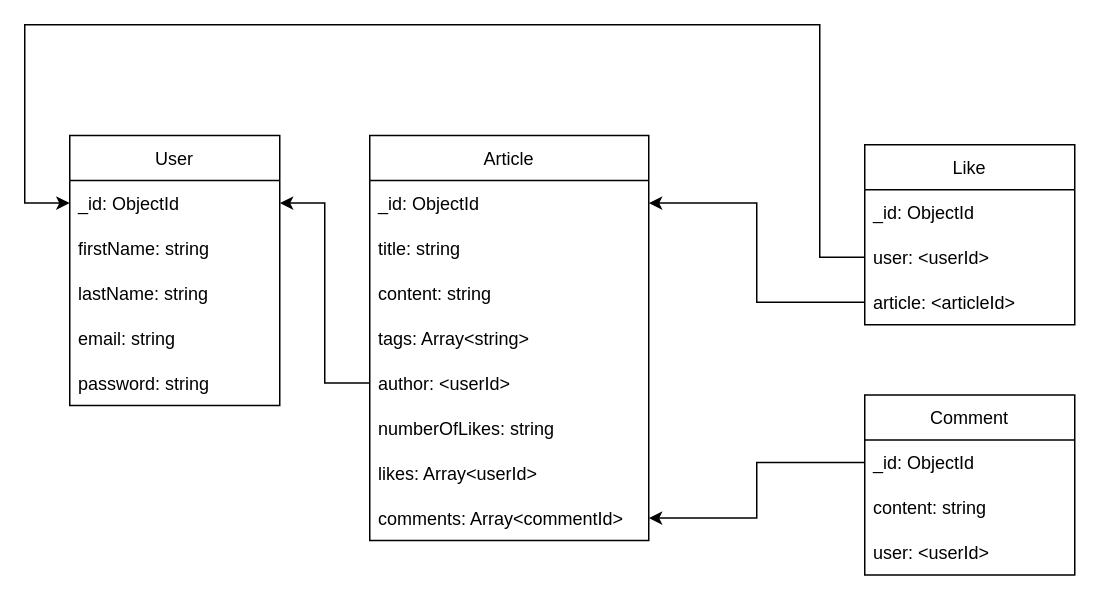
Earlier version of the draw.io diagram db/Schema.drawio (HardworkingGaStudent/NewsSurf). Source tidied: cells renumbered, new cells numbered last; positions are measured from the earlier drawing's top-left corner, leaving out a move shared by most shapes. Both pictures are drawn from the tidied source at 150%, with x=0, y=0 at pixel (24, 24).
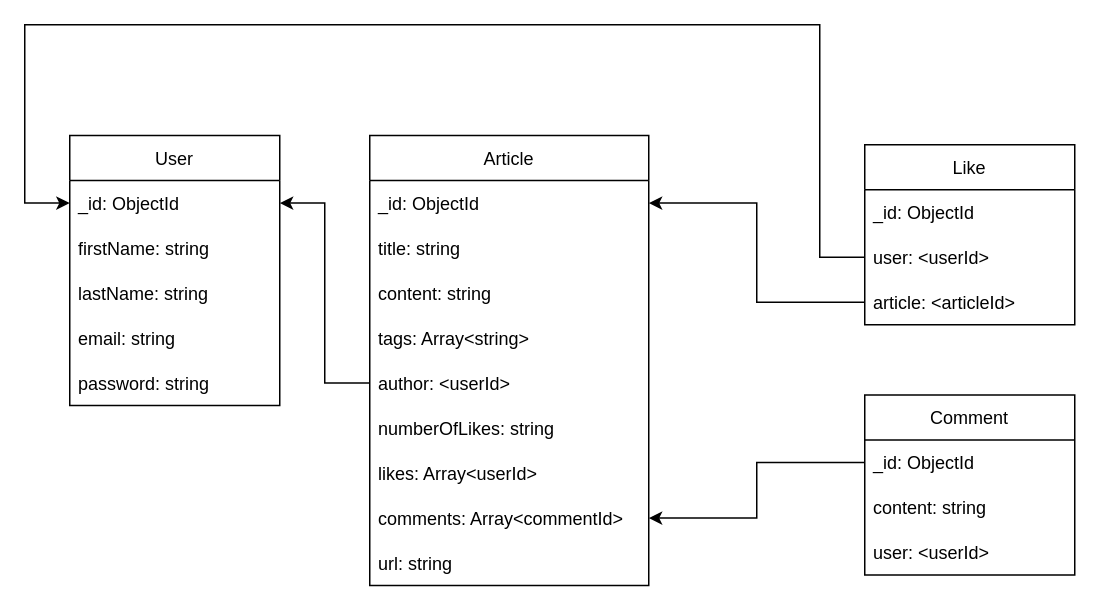
After the change.

The edit, as a diff of the source:
```diff
@@
     <mxCell id="2" value="Article" style="swimlane;fontStyle=0;horizontal=1;startSize=30;" parent="1" vertex="1">
-      <mxGeometry x="230" y="73.9" width="186" height="270" as="geometry" />
+      <mxGeometry x="230" y="73.9" width="186" height="300" as="geometry" />
     </mxCell>
@@
+    <mxCell id="29" value="url: string" style="text;strokeColor=none;fillColor=none;align=left;verticalAlign=middle;spacingLeft=4;spacingRight=4;overflow=hidden;" parent="2" vertex="1">
+      <mxGeometry y="270" width="186" height="30" as="geometry" />
+    </mxCell>
```
